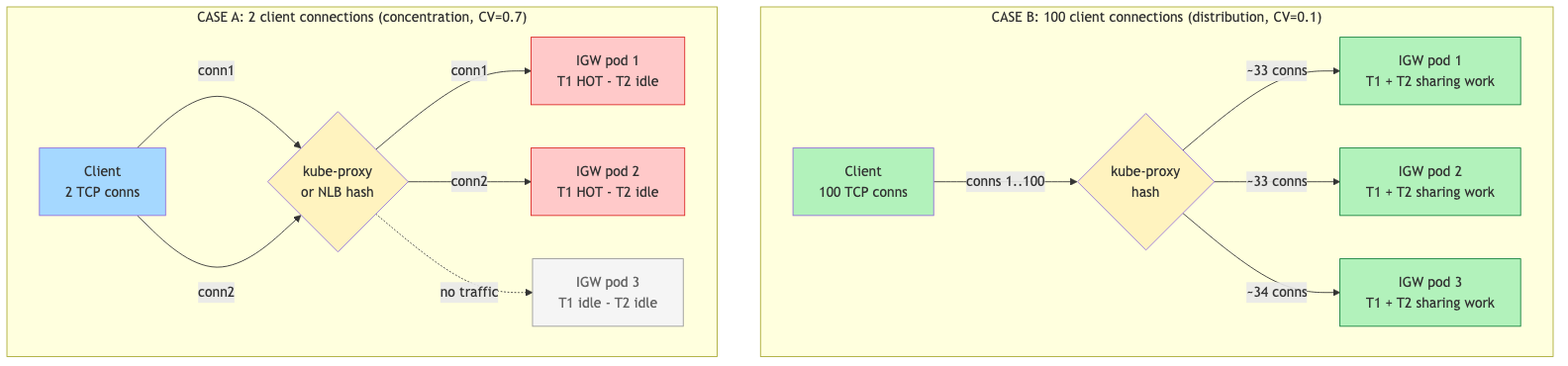
Earlier version of the Mermaid export diagrams/mechanism.png (solo-io/igw-thread-concentration-lab). Its source is kept beside it as diagrams/mechanism.mmd.
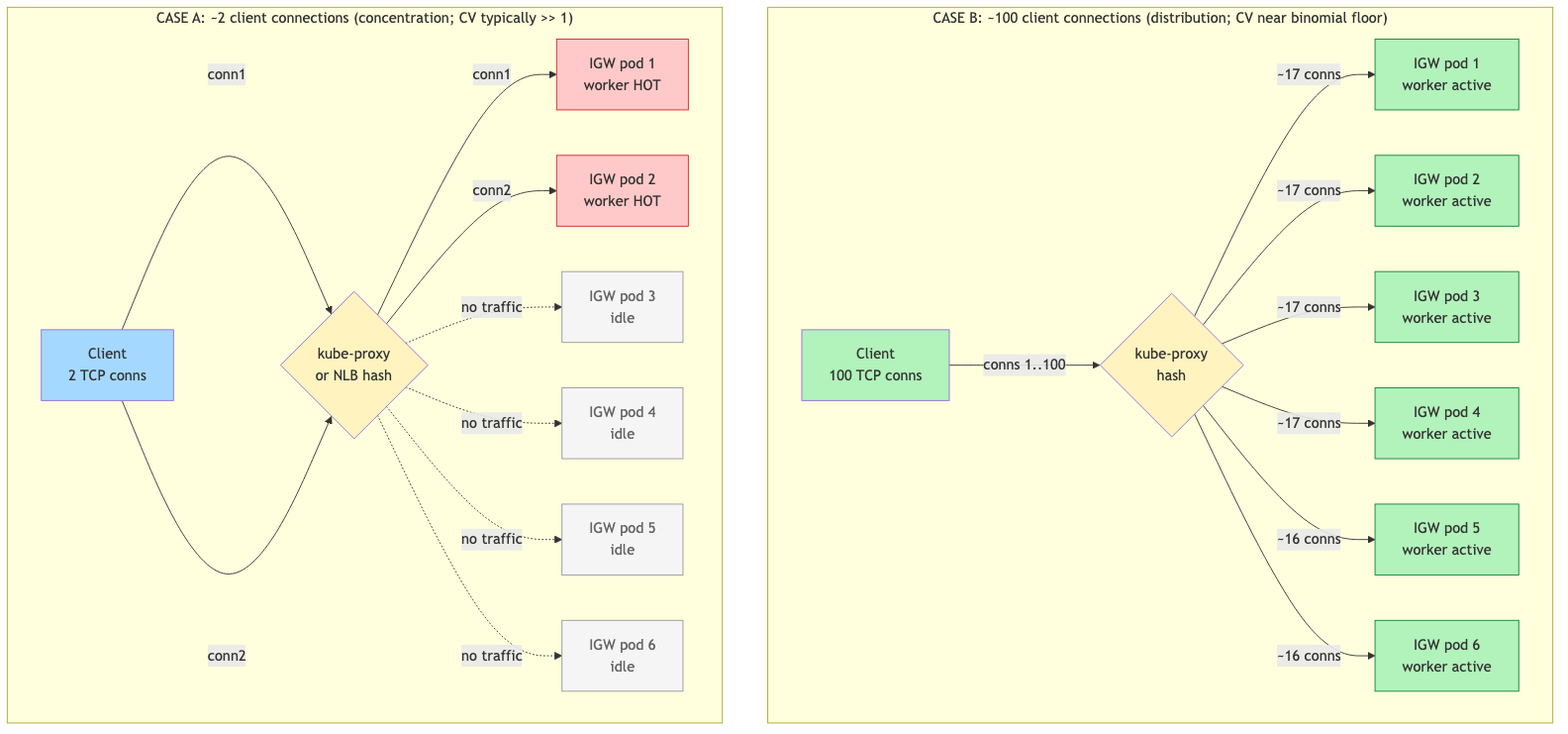
After the commit.

Change to the diagram source:
```diff
@@ -1,33 +1,45 @@
 flowchart LR
-  subgraph A["CASE A: 2 client connections (concentration, CV=0.7)"]
+  subgraph A["CASE A: ~2 client connections (concentration; CV typically >> 1)"]
     direction LR
     cA[Client<br/>2 TCP conns]
     hashA{kube-proxy<br/>or NLB hash}
     cA -->|conn1| hashA
     cA -->|conn2| hashA
-    hashA -->|conn1| pA1[IGW pod 1<br/>T1 HOT - T2 idle]
-    hashA -->|conn2| pA2[IGW pod 2<br/>T1 HOT - T2 idle]
-    hashA -.no traffic.-> pA3[IGW pod 3<br/>T1 idle - T2 idle]
+    hashA -->|conn1| pA1[IGW pod 1<br/>worker HOT]
+    hashA -->|conn2| pA2[IGW pod 2<br/>worker HOT]
+    hashA -.no traffic.-> pA3[IGW pod 3<br/>idle]
+    hashA -.no traffic.-> pA4[IGW pod 4<br/>idle]
+    hashA -.no traffic.-> pA5[IGW pod 5<br/>idle]
+    hashA -.no traffic.-> pA6[IGW pod 6<br/>idle]
 
     style pA1 fill:#ffc9c9,stroke:#dc2626
     style pA2 fill:#ffc9c9,stroke:#dc2626
     style pA3 fill:#f5f5f5,stroke:#999,color:#666
+    style pA4 fill:#f5f5f5,stroke:#999,color:#666
+    style pA5 fill:#f5f5f5,stroke:#999,color:#666
+    style pA6 fill:#f5f5f5,stroke:#999,color:#666
     style cA fill:#a5d8ff
     style hashA fill:#fff3bf
   end
 
-  subgraph B["CASE B: 100 client connections (distribution, CV=0.1)"]
+  subgraph B["CASE B: ~100 client connections (distribution; CV near binomial floor)"]
     direction LR
     cB[Client<br/>100 TCP conns]
     hashB{kube-proxy<br/>hash}
     cB -->|conns 1..100| hashB
-    hashB -->|~33 conns| pB1[IGW pod 1<br/>T1 + T2 sharing work]
-    hashB -->|~33 conns| pB2[IGW pod 2<br/>T1 + T2 sharing work]
-    hashB -->|~34 conns| pB3[IGW pod 3<br/>T1 + T2 sharing work]
+    hashB -->|~17 conns| pB1[IGW pod 1<br/>worker active]
+    hashB -->|~17 conns| pB2[IGW pod 2<br/>worker active]
+    hashB -->|~17 conns| pB3[IGW pod 3<br/>worker active]
+    hashB -->|~17 conns| pB4[IGW pod 4<br/>worker active]
+    hashB -->|~16 conns| pB5[IGW pod 5<br/>worker active]
+    hashB -->|~16 conns| pB6[IGW pod 6<br/>worker active]
 
     style pB1 fill:#b2f2bb,stroke:#15803d
     style pB2 fill:#b2f2bb,stroke:#15803d
     style pB3 fill:#b2f2bb,stroke:#15803d
+    style pB4 fill:#b2f2bb,stroke:#15803d
+    style pB5 fill:#b2f2bb,stroke:#15803d
+    style pB6 fill:#b2f2bb,stroke:#15803d
     style cB fill:#b2f2bb
     style hashB fill:#fff3bf
   end
```
